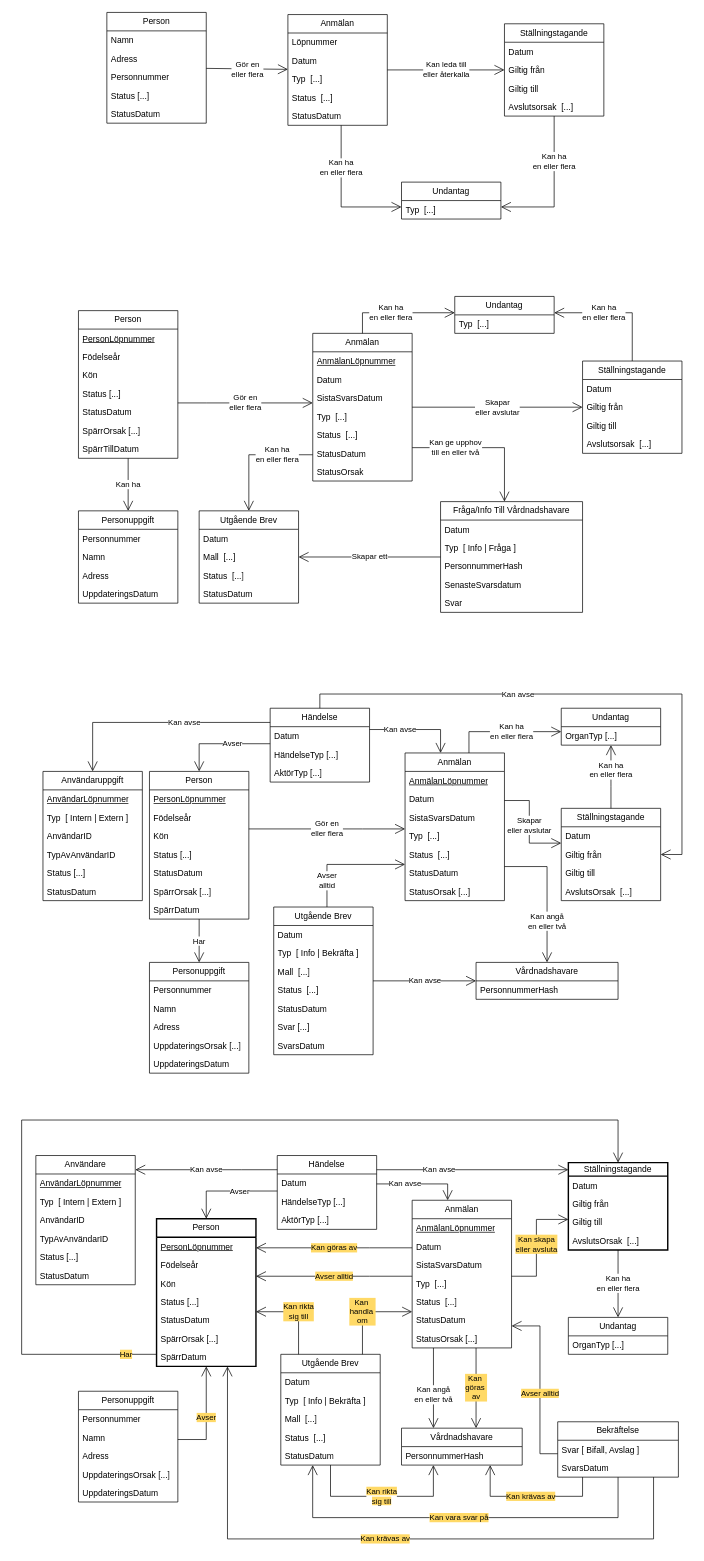
The draw.io diagram page "Konceptuella modeller" (7 of 9) of Donationsregister.drawio in bhagqvist-consid/ICD11, before the edit. Source tidied: cells renumbered, new cells numbered last; positions are measured from the earlier drawing's top-left corner, leaving out a move shared by most shapes. Both pictures are drawn from the tidied source at 71%, with x=0, y=0 at pixel (21, 12).
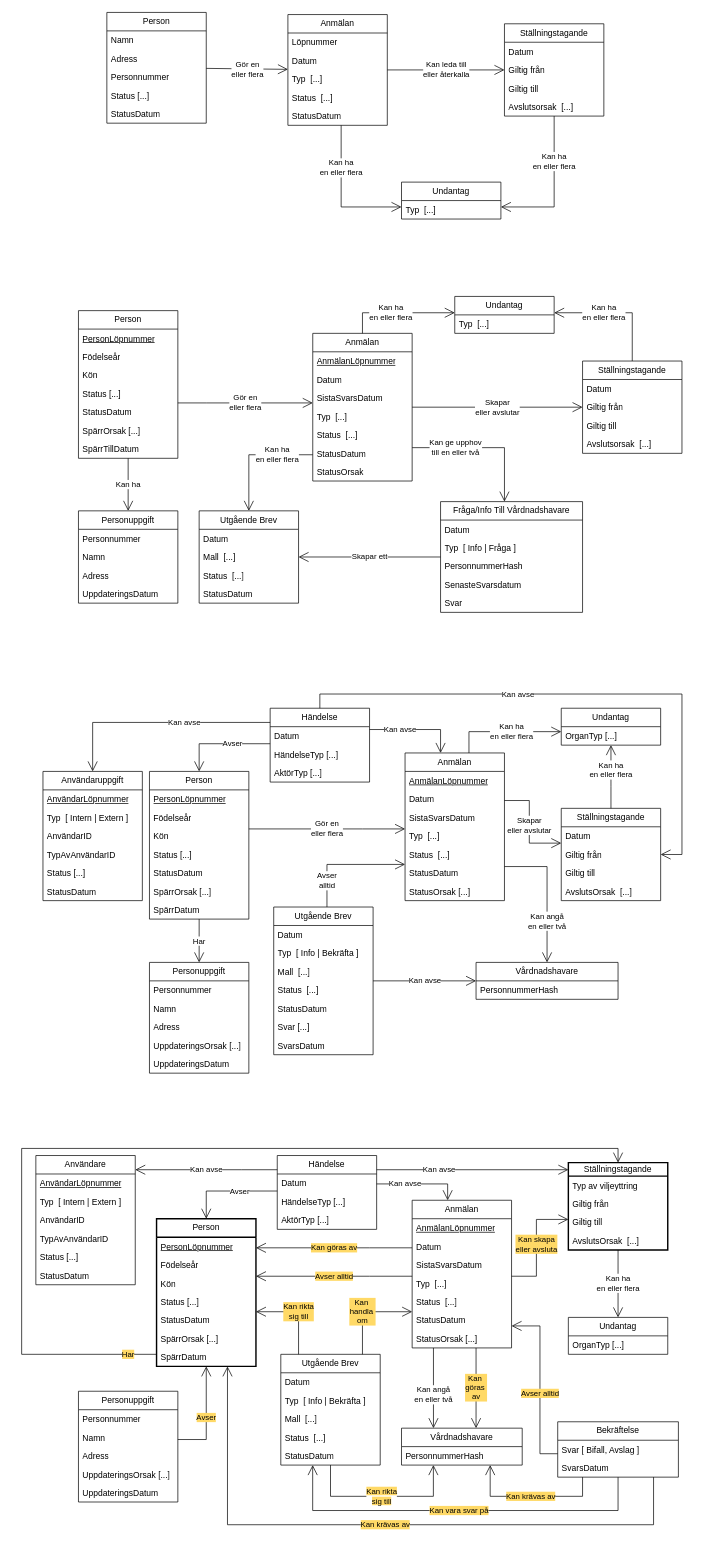
The same page after the edit.

The change refers to these unchanged cells:
```xml
<mxCell id="134" value="Person" style="swimlane;fontStyle=0;horizontal=1;startSize=26;fillColor=none;whiteSpace=wrap;html=1;strokeWidth=2;" parent="1" vertex="1">
  <mxGeometry x="190" y="1699" width="140" height="208" as="geometry" />
</mxCell>
<mxCell id="150" value="Ställningstagande" style="swimlane;fontStyle=0;horizontal=1;startSize=19;fillColor=none;whiteSpace=wrap;html=1;strokeWidth=2;" parent="1" vertex="1">
  <mxGeometry x="770" y="1620" width="140" height="123" as="geometry" />
</mxCell>
<mxCell id="167" value="Utgående&amp;nbsp;&lt;span style=&quot;background-color: transparent; color: light-dark(rgb(0, 0, 0), rgb(255, 255, 255));&quot;&gt;Brev&lt;/span&gt;" style="swimlane;fontStyle=0;horizontal=1;startSize=26;fillColor=none;whiteSpace=wrap;html=1;" parent="1" vertex="1">
  <mxGeometry x="365" y="1890" width="140" height="156" as="geometry" />
</mxCell>
<mxCell id="198" value="Bekräftelse" style="swimlane;fontStyle=0;horizontal=1;startSize=26;fillColor=none;whiteSpace=wrap;html=1;" parent="1" vertex="1">
  <mxGeometry x="755" y="1985" width="170" height="78" as="geometry" />
</mxCell>
```

Change to the diagram source:
```diff
@@
-    <mxCell id="151" value="Datum" style="text;strokeColor=none;fillColor=none;align=left;verticalAlign=top;spacingLeft=4;spacingRight=4;overflow=hidden;whiteSpace=wrap;html=1;" parent="150" vertex="1">
+    <mxCell id="151" value="Typ av viljeyttring" style="text;strokeColor=none;fillColor=none;align=left;verticalAlign=top;spacingLeft=4;spacingRight=4;overflow=hidden;whiteSpace=wrap;html=1;" parent="150" vertex="1">
       <mxGeometry y="19" width="140" height="26" as="geometry" />
     </mxCell>
@@
     <mxCell id="195" value="Har" style="endArrow=none;endFill=0;endSize=12;html=1;rounded=0;edgeStyle=orthogonalEdgeStyle;startArrow=open;startFill=1;startSize=12;labelBackgroundColor=#FFD966;" parent="1" edge="1" source="150" target="134">
       <mxGeometry x="0.94" relative="1" as="geometry">
         <Array as="points">
-          <mxPoint x="840" y="1560" />
-          <mxPoint y="1560" />
+          <mxPoint x="840" y="1600" />
+          <mxPoint y="1600" />
           <mxPoint y="1890" />
         </Array>
       </mxGeometry>
     </mxCell>
@@
     <mxCell id="197" value="Kan vara svar på" style="edgeStyle=orthogonalEdgeStyle;rounded=0;jettySize=auto;html=1;labelBackgroundColor=#FFD966;strokeColor=default;align=center;verticalAlign=middle;fontFamily=Helvetica;fontSize=11;fontColor=default;startArrow=none;startFill=0;startSize=12;endArrow=open;endFill=0;endSize=12;" parent="1" edge="1" source="198" target="167">
       <mxGeometry relative="1" as="geometry">
         <Array as="points">
-          <mxPoint x="840" y="2120" />
-          <mxPoint x="409.9" y="2120" />
+          <mxPoint x="840" y="2110" />
+          <mxPoint x="409.9" y="2110" />
         </Array>
       </mxGeometry>
     </mxCell>
@@
     <mxCell id="203" value="Kan krävas av" style="endArrow=none;endFill=0;endSize=12;html=1;rounded=0;edgeStyle=orthogonalEdgeStyle;startArrow=open;startFill=1;startSize=12;labelBackgroundColor=#FFD966;" parent="1" edge="1" source="134" target="198">
       <mxGeometry relative="1" as="geometry">
         <Array as="points">
-          <mxPoint x="289.9" y="2150" />
-          <mxPoint x="890" y="2150" />
+          <mxPoint x="289.9" y="2130" />
+          <mxPoint x="890" y="2130" />
         </Array>
       </mxGeometry>
     </mxCell>
```
